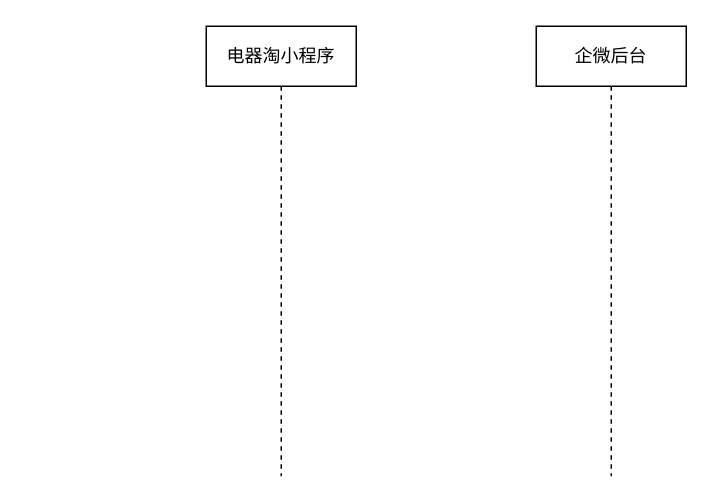
Earlier version of the draw.io diagram 未命名绘图.drawio (codePigPig/diagrams). Source tidied: cells renumbered, new cells numbered last; positions are measured from the earlier drawing's top-left corner, leaving out a move shared by most shapes. Both pictures are drawn from the tidied source at 150%, with x=0, y=0 at pixel (206, 26).
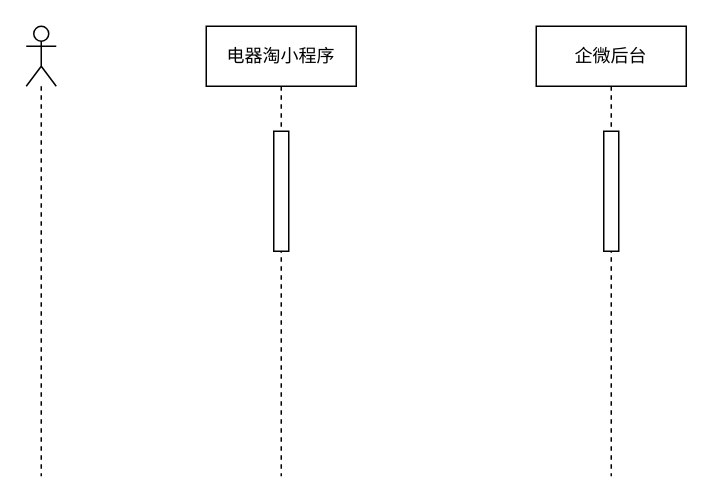
Above is the later version.

Diff of the diagram source:
```diff
@@
 <mxGraphModel>
   <root>
     <mxCell id="0" />
     <mxCell id="1" parent="0" />
     <mxCell id="2" value="电器淘小程序" style="shape=umlLifeline;perimeter=lifelinePerimeter;whiteSpace=wrap;html=1;" parent="1" vertex="1">
       <mxGeometry width="100" height="300" as="geometry" />
     </mxCell>
+    <mxCell id="4" style="html=1;perimeter=orthogonalPerimeter;" parent="2" vertex="1">
+      <mxGeometry x="45" y="70" width="10" height="80" as="geometry" />
+    </mxCell>
     <mxCell id="3" value="企微后台" style="shape=umlLifeline;perimeter=lifelinePerimeter;whiteSpace=wrap;html=1;" parent="1" vertex="1">
       <mxGeometry x="220" width="100" height="300" as="geometry" />
     </mxCell>
+    <mxCell id="5" style="html=1;perimeter=orthogonalPerimeter;" parent="3" vertex="1">
+      <mxGeometry x="45" y="70" width="10" height="80" as="geometry" />
+    </mxCell>
+    <mxCell id="6" style="shape=umlLifeline;participant=umlActor;perimeter=lifelinePerimeter;whiteSpace=wrap;html=1;verticalAlign=top;spacingTop=36;" parent="1" vertex="1">
+      <mxGeometry x="-120" width="20" height="300" as="geometry" />
+    </mxCell>
   </root>
 </mxGraphModel>
```
